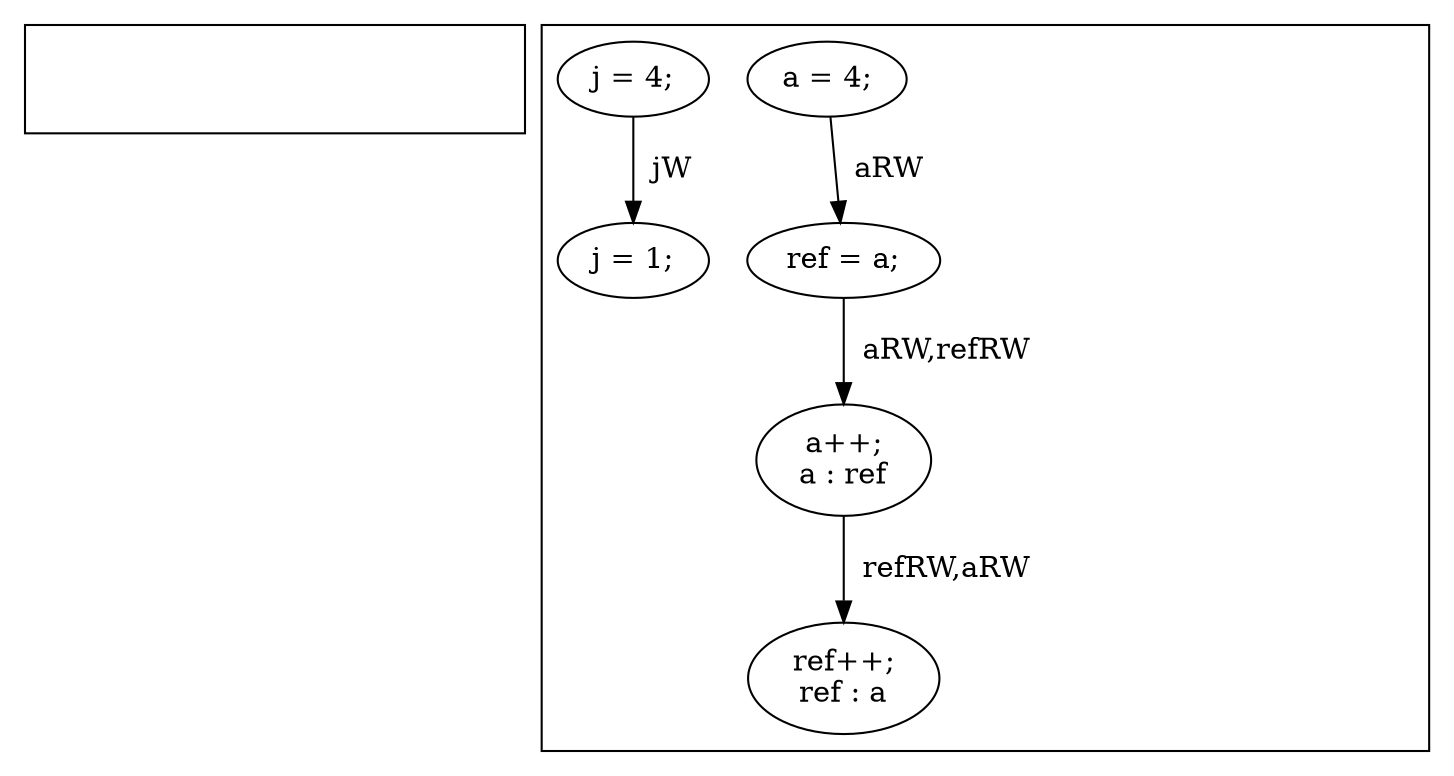
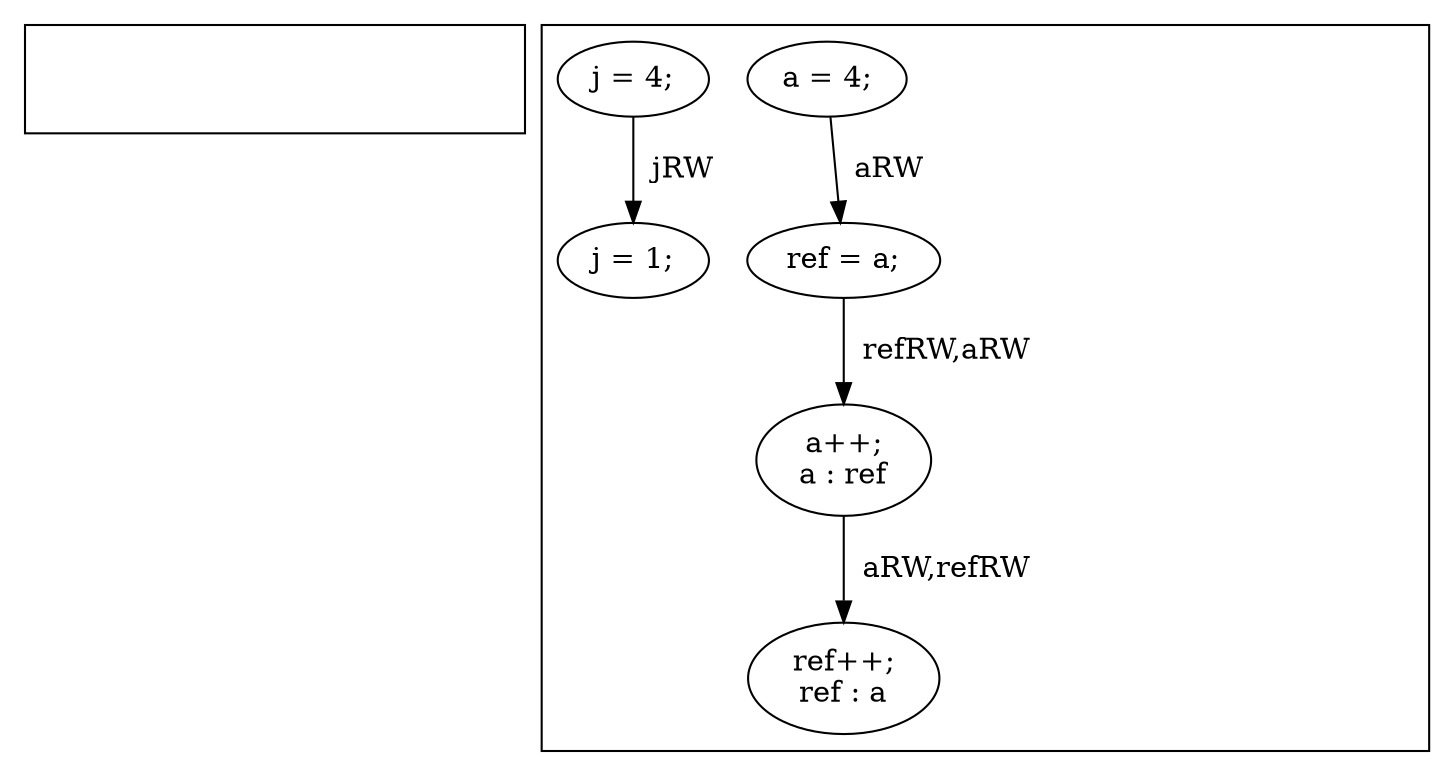
digraph G {
subgraph cluster_f0 {
    invisibleNodeScope_0 [style=invis];
}
subgraph cluster_f1 {
    invisibleNodeScope_1 [style=invis];
    0 [label="a = 4;"];
    0 -> 1[label="  aRW"];
    1 [label="ref = a;"];
-     1 -> 3[label="  aRW,refRW"];
+     1 -> 3[label="  refRW,aRW"];
    2 [label="j = 4;"];
-     2 -> 4[label="  jW"];
+     2 -> 4[label="  jRW"];
    3 [label="a++;
a : ref"];
-     3 -> 5[label="  refRW,aRW"];
+     3 -> 5[label="  aRW,refRW"];
    4 [label="j = 1;"];
    5 [label="ref++;
ref : a"];
}
}
